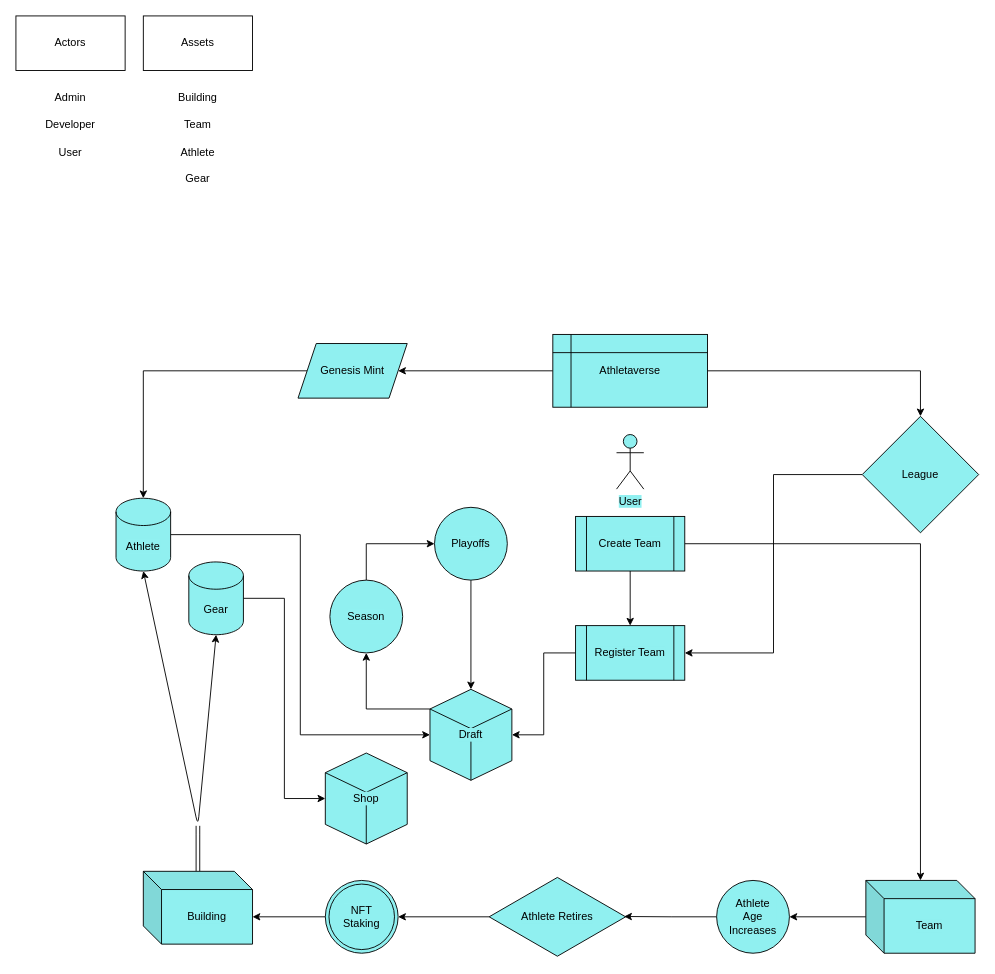
Earlier version of the draw.io diagram demo/Untitled Diagram.drawio (0xAlchemist/Athletaverse). Source tidied: cells renumbered, new cells numbered last; positions are measured from the earlier drawing's top-left corner, leaving out a move shared by most shapes. Both pictures are drawn from the tidied source at 91%, with x=0, y=0 at pixel (15, 15).
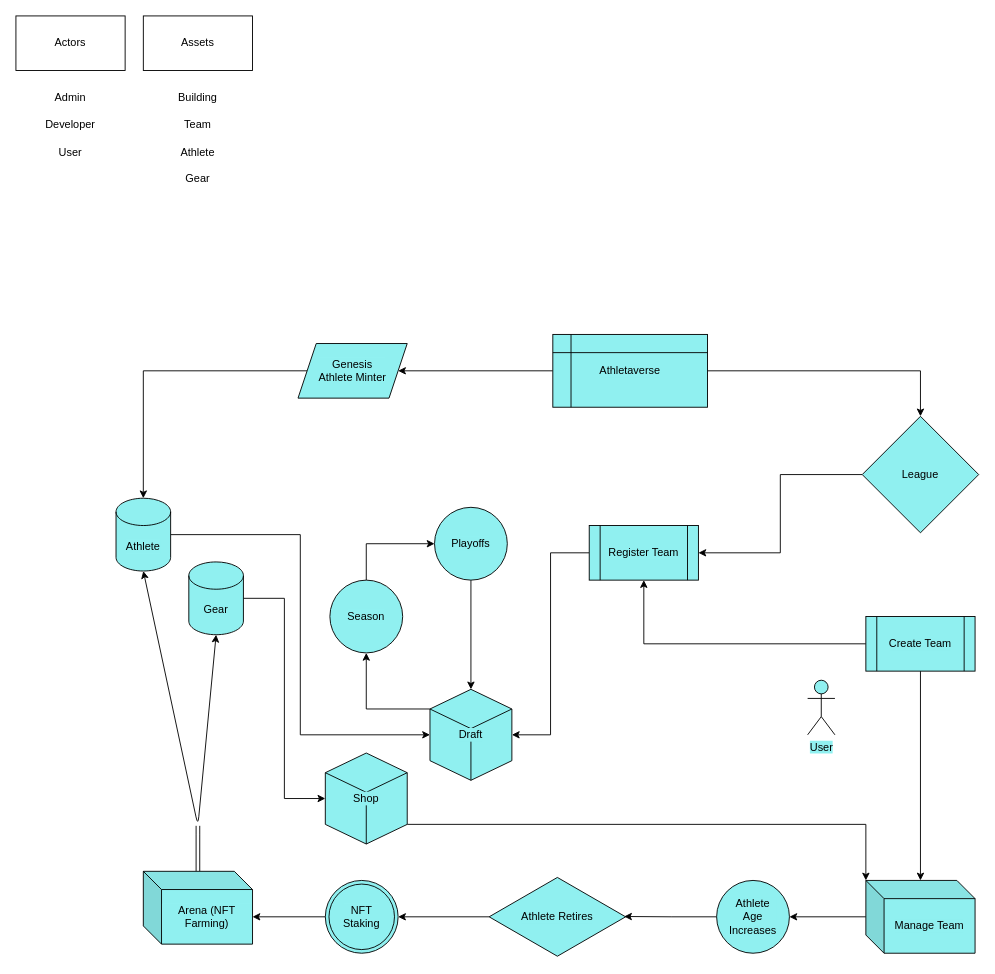
The same page after the edit.

Commit message:
clarify athlete lifcycle

The change refers to these unchanged cells:
```xml
<mxCell id="34" value="Shop" style="html=1;whiteSpace=wrap;shape=isoCube2;backgroundOutline=1;isoAngle=15;shadow=0;labelBackgroundColor=#90F0F0;fillColor=#90F0F0;" parent="1" vertex="1">
  <mxGeometry x="340" y="810" width="90" height="100" as="geometry" />
</mxCell>
```

Change to the diagram source:
```diff
@@
-    <mxCell id="18" value="Team" style="shape=cube;whiteSpace=wrap;html=1;boundedLbl=1;backgroundOutline=1;darkOpacity=0.05;darkOpacity2=0.1;shadow=0;labelBackgroundColor=#90F0F0;fillColor=#90F0F0;" parent="1" vertex="1">
+    <mxCell id="18" value="Manage Team" style="shape=cube;whiteSpace=wrap;html=1;boundedLbl=1;backgroundOutline=1;darkOpacity=0.05;darkOpacity2=0.1;shadow=0;labelBackgroundColor=#90F0F0;fillColor=#90F0F0;" parent="1" vertex="1">
       <mxGeometry x="934" y="950" width="120" height="80" as="geometry" />
     </mxCell>
@@
-    <mxCell id="23" value="Building" style="shape=cube;whiteSpace=wrap;html=1;boundedLbl=1;backgroundOutline=1;darkOpacity=0.05;darkOpacity2=0.1;shadow=0;labelBackgroundColor=#90F0F0;fillColor=#90F0F0;" parent="1" vertex="1">
+    <mxCell id="23" value="Arena (NFT Farming)" style="shape=cube;whiteSpace=wrap;html=1;boundedLbl=1;backgroundOutline=1;darkOpacity=0.05;darkOpacity2=0.1;shadow=0;labelBackgroundColor=#90F0F0;fillColor=#90F0F0;" parent="1" vertex="1">
       <mxGeometry x="140" y="940" width="120" height="80" as="geometry" />
     </mxCell>
@@
     <mxCell id="29" value="User" style="shape=umlActor;verticalLabelPosition=bottom;verticalAlign=top;html=1;shadow=0;labelBackgroundColor=#90F0F0;fillColor=#90F0F0;" parent="1" vertex="1">
-      <mxGeometry x="660" y="460" width="30" height="60" as="geometry" />
+      <mxGeometry x="870" y="730" width="30" height="60" as="geometry" />
     </mxCell>
@@
-    <mxCell id="31" value="Genesis Mint" style="shape=parallelogram;perimeter=parallelogramPerimeter;whiteSpace=wrap;html=1;fixedSize=1;shadow=0;labelBackgroundColor=#90F0F0;fillColor=#90F0F0;" parent="1" vertex="1">
+    <mxCell id="31" value="Genesis &lt;br&gt;Athlete Minter" style="shape=parallelogram;perimeter=parallelogramPerimeter;whiteSpace=wrap;html=1;fixedSize=1;shadow=0;labelBackgroundColor=#90F0F0;fillColor=#90F0F0;" parent="1" vertex="1">
       <mxGeometry x="310" y="360" width="120" height="60" as="geometry" />
     </mxCell>
@@
+    <mxCell id="46" style="edgeStyle=orthogonalEdgeStyle;rounded=0;jettySize=auto;html=1;exitX=0;exitY=0;exitDx=90;exitDy=78.39291168278956;exitPerimeter=0;entryX=0;entryY=0;entryDx=0;entryDy=0;entryPerimeter=0;" parent="1" edge="1" source="34" target="18">
+      <mxGeometry relative="1" as="geometry" />
+    </mxCell>
@@
     <mxCell id="37" value="Create Team" style="shape=process;whiteSpace=wrap;html=1;backgroundOutline=1;shadow=0;labelBackgroundColor=#90F0F0;fillColor=#90F0F0;" parent="1" vertex="1">
-      <mxGeometry x="615" y="550" width="120" height="60" as="geometry" />
+      <mxGeometry x="934" y="660" width="120" height="60" as="geometry" />
     </mxCell>
@@
     <mxCell id="41" value="Register Team" style="shape=process;whiteSpace=wrap;html=1;backgroundOutline=1;shadow=0;labelBackgroundColor=#90F0F0;fillColor=#90F0F0;" parent="1" vertex="1">
-      <mxGeometry x="615" y="670" width="120" height="60" as="geometry" />
+      <mxGeometry x="630" y="560" width="120" height="60" as="geometry" />
     </mxCell>
```
